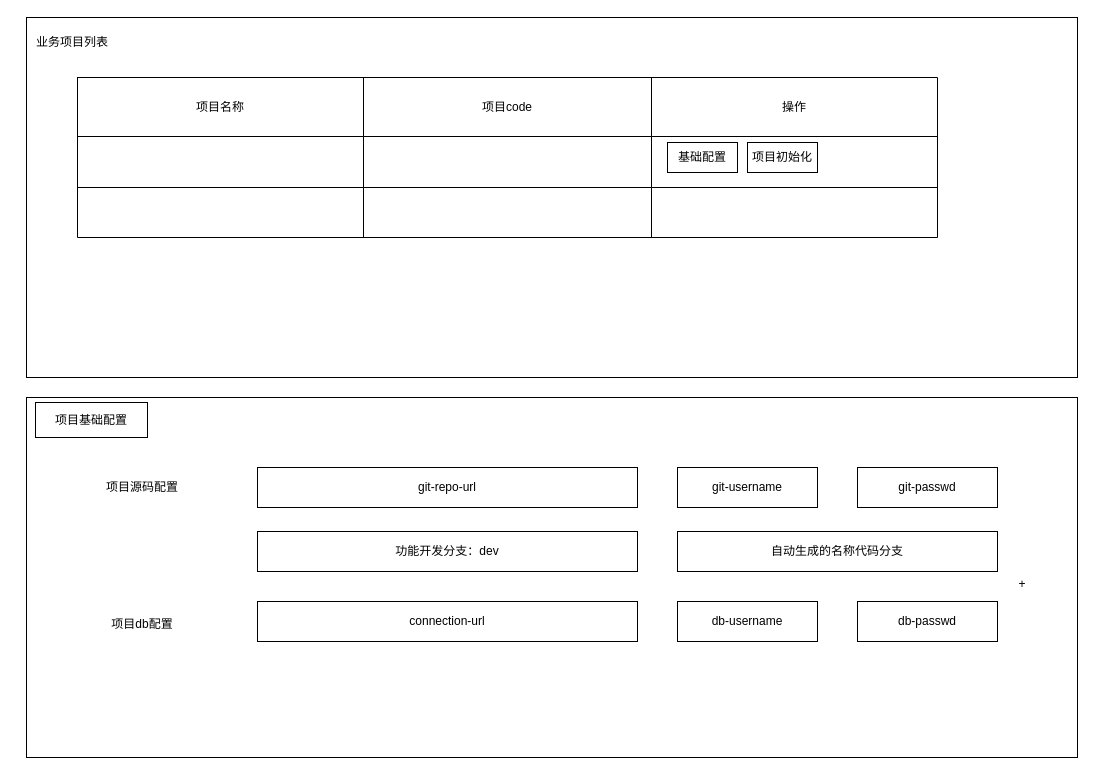
This is lowcode-ui.drawio from coding-now/blog-comments, a draw.io file, before an edit. Source tidied: cells renumbered, new cells numbered last; positions are measured from the earlier drawing's top-left corner, leaving out a move shared by most shapes. Both pictures are drawn from the tidied source at 100%, with x=0, y=0 at pixel (17, 17).
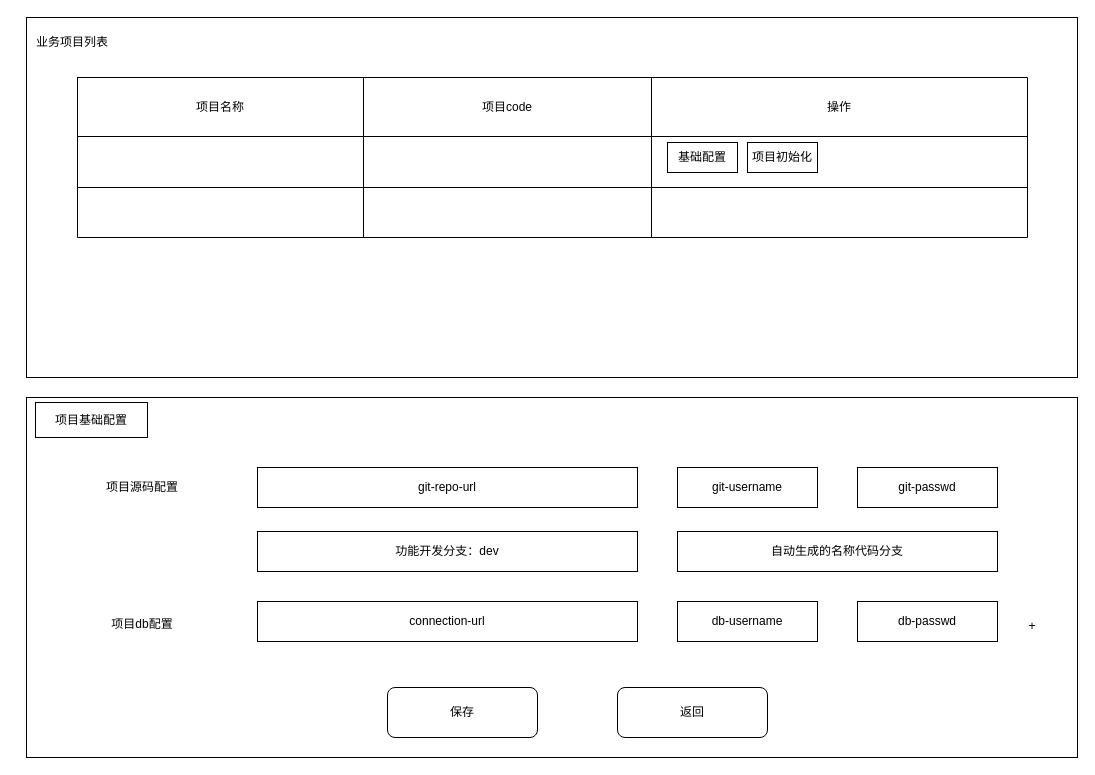
The same diagram, later.

What changed in the source:
```diff
@@
     <mxCell id="4" style="shape=table;html=1;whiteSpace=wrap;startSize=0;childLayout=tableLayout;" parent="1" vertex="1">
-      <mxGeometry x="60" y="60" width="860" height="160" as="geometry" />
+      <mxGeometry x="60" y="60" width="950" height="160" as="geometry" />
     </mxCell>
     <mxCell id="5" style="shape=partialRectangle;html=1;whiteSpace=wrap;fillColor=none;top=0;left=0;bottom=0;right=0;" parent="4" vertex="1">
-      <mxGeometry width="860" height="59" as="geometry" />
+      <mxGeometry width="950" height="59" as="geometry" />
     </mxCell>
@@
     <mxCell id="8" value="操作" style="shape=partialRectangle;html=1;whiteSpace=wrap;fillColor=none;top=0;left=0;bottom=0;right=0;overflow=hidden;" parent="5" vertex="1">
-      <mxGeometry x="574" width="286" height="59" as="geometry" />
+      <mxGeometry x="574" width="376" height="59" as="geometry" />
     </mxCell>
     <mxCell id="9" style="shape=partialRectangle;html=1;whiteSpace=wrap;fillColor=none;top=0;left=0;bottom=0;right=0;" parent="4" vertex="1">
-      <mxGeometry y="59" width="860" height="51" as="geometry" />
+      <mxGeometry y="59" width="950" height="51" as="geometry" />
     </mxCell>
@@
     <mxCell id="12" style="shape=partialRectangle;html=1;whiteSpace=wrap;fillColor=none;top=0;left=0;bottom=0;right=0;overflow=hidden;" parent="9" vertex="1">
-      <mxGeometry x="574" width="286" height="51" as="geometry" />
+      <mxGeometry x="574" width="376" height="51" as="geometry" />
     </mxCell>
     <mxCell id="13" style="shape=partialRectangle;html=1;whiteSpace=wrap;fillColor=none;top=0;left=0;bottom=0;right=0;" parent="4" vertex="1">
-      <mxGeometry y="110" width="860" height="50" as="geometry" />
+      <mxGeometry y="110" width="950" height="50" as="geometry" />
     </mxCell>
@@
     <mxCell id="16" style="shape=partialRectangle;html=1;whiteSpace=wrap;fillColor=none;top=0;left=0;bottom=0;right=0;overflow=hidden;" parent="13" vertex="1">
-      <mxGeometry x="574" width="286" height="50" as="geometry" />
+      <mxGeometry x="574" width="376" height="50" as="geometry" />
     </mxCell>
@@
     <mxCell id="29" value="+" style="text;html=1;strokeColor=none;fillColor=none;align=center;verticalAlign=middle;whiteSpace=wrap;rounded=0;strokeWidth=7;" parent="1" vertex="1">
-      <mxGeometry x="990" y="552" width="30" height="30" as="geometry" />
+      <mxGeometry x="1000" y="594" width="30" height="30" as="geometry" />
     </mxCell>
@@
+    <mxCell id="32" value="保存" style="rounded=1;whiteSpace=wrap;html=1;strokeWidth=1;" parent="1" vertex="1">
+      <mxGeometry x="370" y="670" width="150" height="50" as="geometry" />
+    </mxCell>
+    <mxCell id="33" value="返回" style="rounded=1;whiteSpace=wrap;html=1;strokeWidth=1;" parent="1" vertex="1">
+      <mxGeometry x="600" y="670" width="150" height="50" as="geometry" />
+    </mxCell>
```
